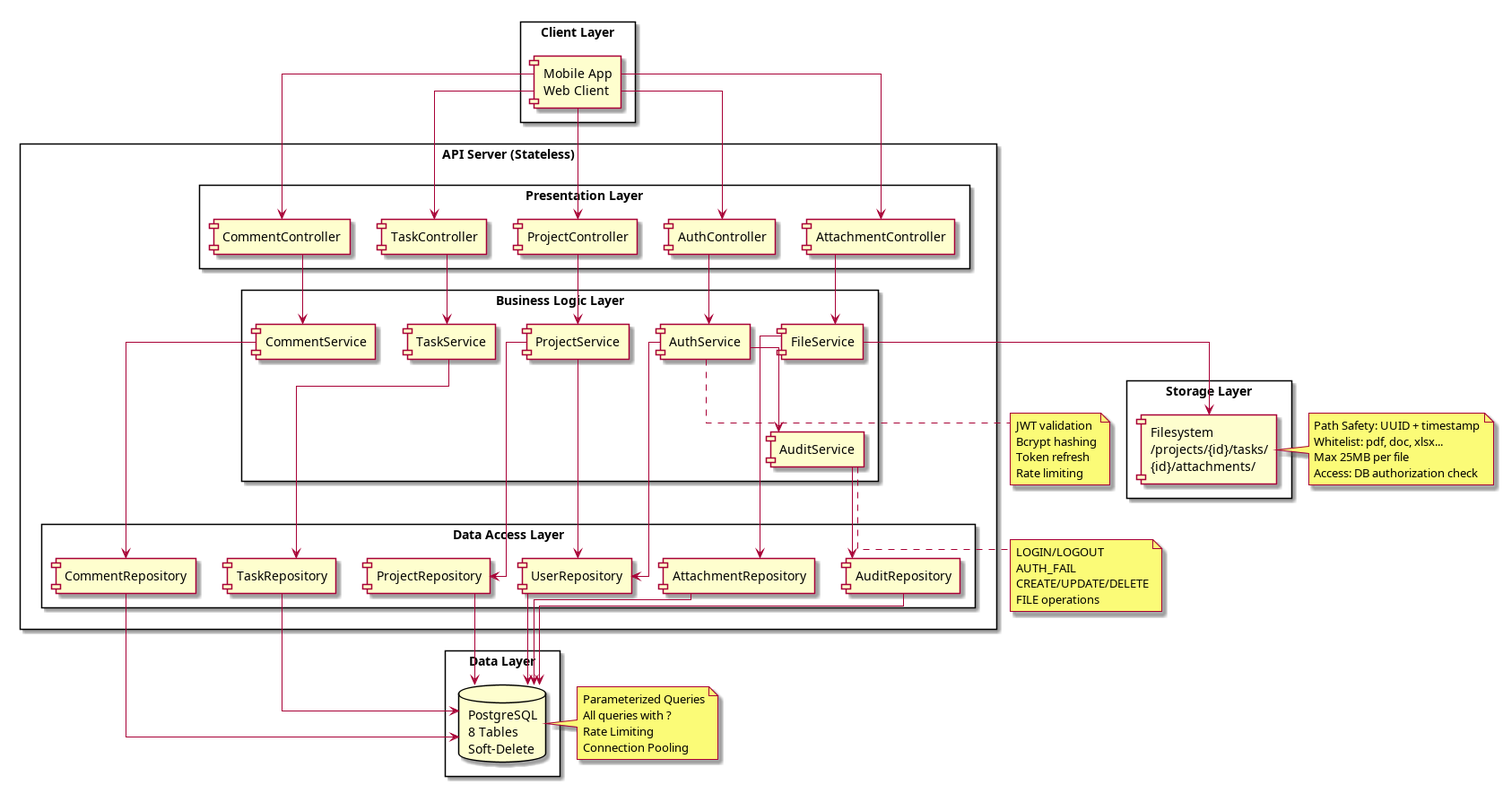
Earlier version of the PlantUML export Docs/Diagrams/04_ComponentArchitecture.png (mei-desofs/desofs2026-wed_ffs_4). Its source is kept beside it as Docs/Diagrams/04_ComponentArchitecture.puml.
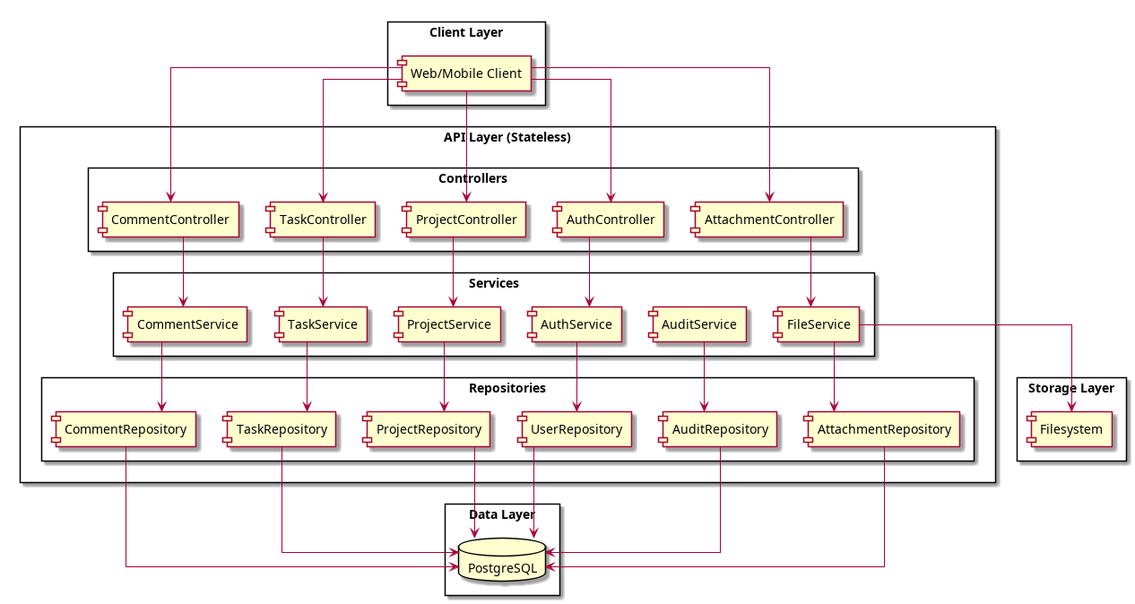
After the commit.

What changed in the source:
```diff
@@ -1,13 +1,12 @@
 @startuml 04_ComponentArchitecture
-!define AWSPUML https://raw.githubusercontent.com/awslabs/aws-icons-for-plantuml/v14.0/dist
 skinparam linetype ortho
 
 rectangle "Client Layer" {
-  component "Mobile App\nWeb Client" as Client
+  component "Web/Mobile Client" as Client
 }
 
-rectangle "API Server (Stateless)" {
-  rectangle "Presentation Layer" {
+rectangle "API Layer (Stateless)" {
+  rectangle "Controllers" {
     component "AuthController" as C1
     component "ProjectController" as C2
     component "TaskController" as C3
@@ -15,7 +14,7 @@
     component "AttachmentController" as C5
   }
 
-  rectangle "Business Logic Layer" {
+  rectangle "Services" {
     component "AuthService" as S1
     component "ProjectService" as S2
     component "TaskService" as S3
@@ -24,7 +23,7 @@
     component "AuditService" as S6
   }
 
-  rectangle "Data Access Layer" {
+  rectangle "Repositories" {
     component "UserRepository" as R1
     component "ProjectRepository" as R2
     component "TaskRepository" as R3
@@ -35,11 +34,11 @@
 }
 
 rectangle "Data Layer" {
-  database "PostgreSQL\n8 Tables\nSoft-Delete" as DB
+  database "PostgreSQL" as DB
 }
 
 rectangle "Storage Layer" {
-  component "Filesystem\n/projects/{id}/tasks/\n{id}/attachments/" as FS
+  component "Filesystem" as FS
 }
 
 Client --> C1
@@ -55,13 +54,10 @@
 C5 --> S5
 
 S1 --> R1
-S1 --> S6
-S2 --> R1
 S2 --> R2
 S3 --> R3
 S4 --> R4
 S5 --> R5
-S5 --> FS
 S6 --> R6
 
 R1 --> DB
@@ -71,32 +67,6 @@
 R5 --> DB
 R6 --> DB
 
-note right of DB
-  Parameterized Queries
-  All queries with ?
-  Rate Limiting
-  Connection Pooling
-end note
-
-note right of FS
-  Path Safety: UUID + timestamp
-  Whitelist: pdf, doc, xlsx...
-  Max 25MB per file
-  Access: DB authorization check
-end note
-
-note bottom of S1
-  JWT validation
-  Bcrypt hashing
-  Token refresh
-  Rate limiting
-end note
-
-note bottom of S6
-  LOGIN/LOGOUT
-  AUTH_FAIL
-  CREATE/UPDATE/DELETE
-  FILE operations
-end note
+S5 --> FS
 
 @enduml
```
